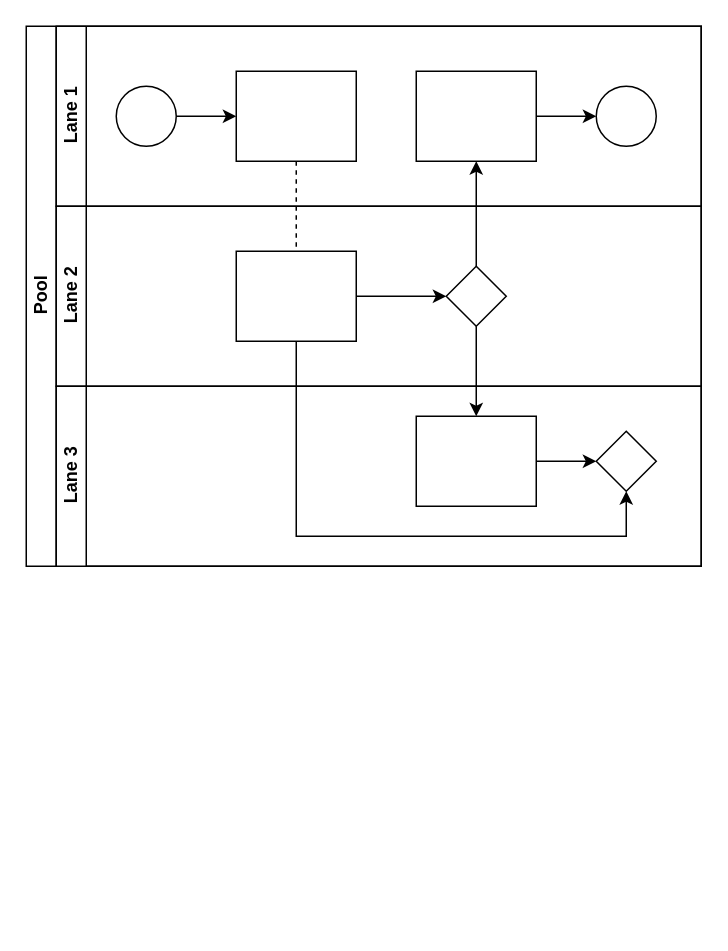
This is .gitbook/assets/Untitled Diagram.drawio from OpenG2P/openg2p-documentation, a draw.io file, before an edit. Source tidied: cells renumbered, new cells numbered last; positions are measured from the earlier drawing's top-left corner, leaving out a move shared by most shapes. Both pictures are drawn from the tidied source at 150%, with x=0, y=0 at pixel (26, 26).
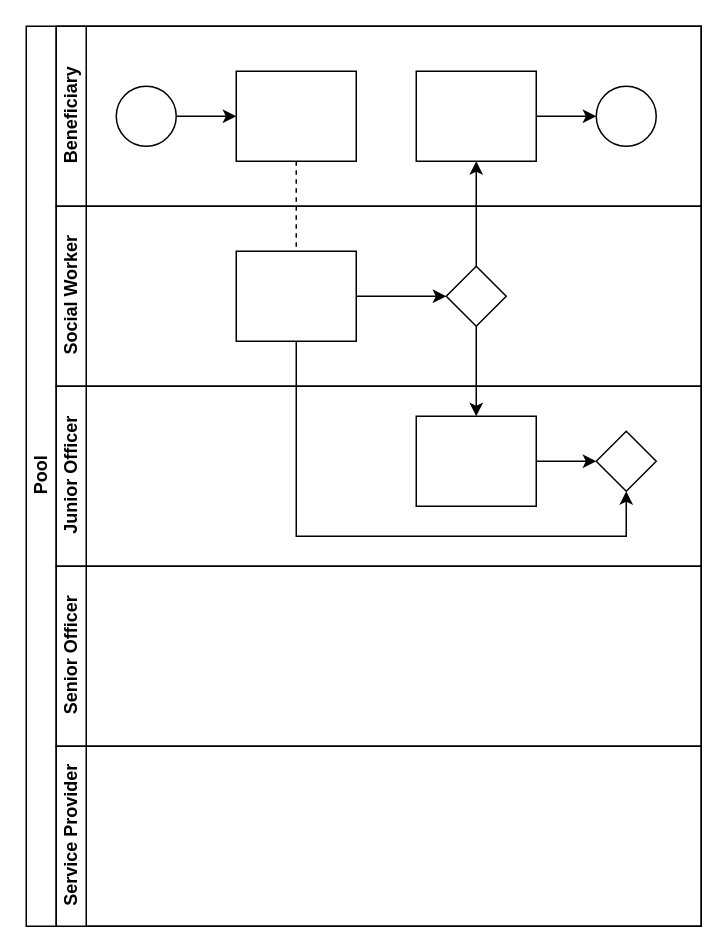
Above is the later version.

Diff of the diagram source:
```diff
@@
     <mxCell id="2" value="Pool" style="swimlane;html=1;horizontal=0;startSize=20;" parent="1" vertex="1">
-      <mxGeometry width="450" height="360" as="geometry" />
+      <mxGeometry width="450" height="600" as="geometry" />
     </mxCell>
@@
-    <mxCell id="7" value="Lane 1" style="swimlane;html=1;startSize=20;horizontal=0;" parent="2" vertex="1">
+    <mxCell id="7" value="Beneficiary" style="swimlane;html=1;startSize=20;horizontal=0;" parent="2" vertex="1">
       <mxGeometry x="20" width="430" height="120" as="geometry" />
     </mxCell>
@@
-    <mxCell id="14" value="Lane 2" style="swimlane;html=1;startSize=20;horizontal=0;" parent="2" vertex="1">
+    <mxCell id="14" value="Social Worker" style="swimlane;html=1;startSize=20;horizontal=0;" parent="2" vertex="1">
       <mxGeometry x="20" y="120" width="430" height="120" as="geometry" />
     </mxCell>
@@
-    <mxCell id="18" value="Lane 3" style="swimlane;html=1;startSize=20;horizontal=0;" parent="2" vertex="1">
+    <mxCell id="18" value="Junior Officer" style="swimlane;html=1;startSize=20;horizontal=0;" parent="2" vertex="1">
       <mxGeometry x="20" y="240" width="430" height="120" as="geometry" />
     </mxCell>
@@
+    <mxCell id="22" value="Senior Officer" style="swimlane;html=1;startSize=20;horizontal=0;" parent="2" vertex="1">
+      <mxGeometry x="20" y="360" width="430" height="120" as="geometry" />
+    </mxCell>
+    <mxCell id="23" value="Service Provider" style="swimlane;html=1;startSize=20;horizontal=0;" parent="2" vertex="1">
+      <mxGeometry x="20" y="480" width="430" height="120" as="geometry" />
+    </mxCell>
```
